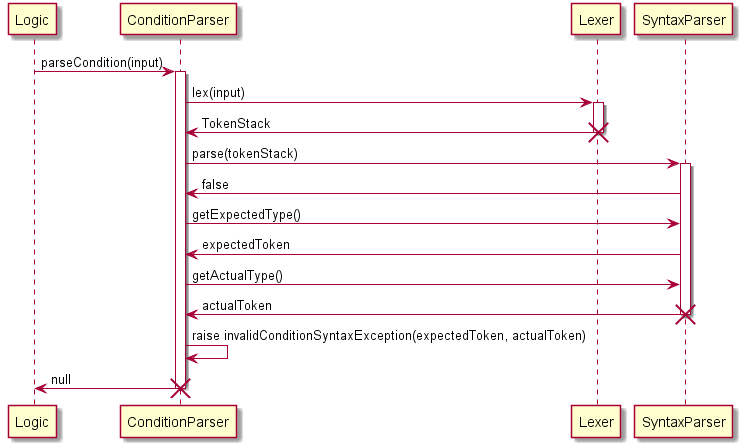
Above: docs/images/failSequence.png in CS2103JAN2018-F09-B3/addressbook-level4 (PlantUML), before the change.
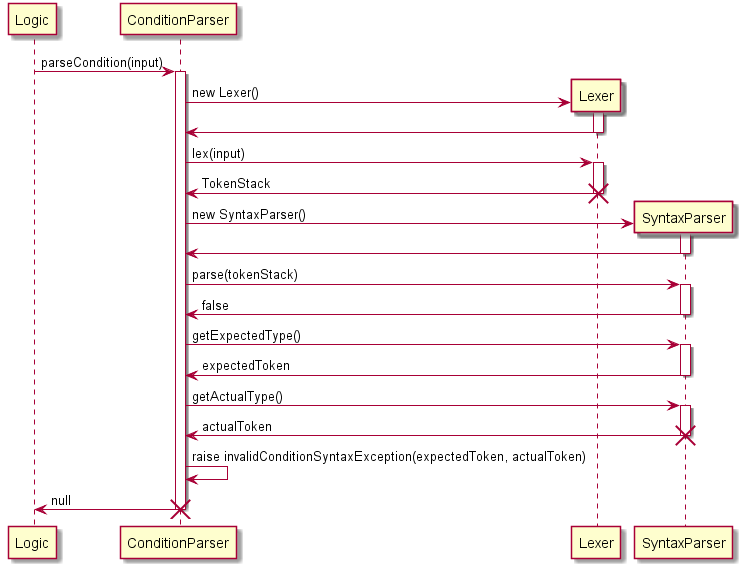
The same file after the commit.

Commit message:
UserGuide.adoc: Fix UML sequence diagrams on ConditionParser

What changed in the source:
```diff
@@ -1,6 +1,12 @@
 @startuml
 Logic -> ConditionParser : parseCondition(input)
 activate ConditionParser
+
+create Lexer
+ConditionParser -> Lexer : new Lexer()
+activate Lexer
+Lexer -> ConditionParser
+deactivate Lexer
 
 ConditionParser -> Lexer : lex(input)
 activate Lexer
@@ -8,16 +14,26 @@
 Lexer -> ConditionParser : TokenStack
 destroy Lexer
 
+create SyntaxParser
+ConditionParser -> SyntaxParser : new SyntaxParser()
+activate SyntaxParser
+SyntaxParser -> ConditionParser
+deactivate SyntaxParser
+
 ConditionParser -> SyntaxParser : parse(tokenStack)
 activate SyntaxParser
 
 SyntaxParser -> ConditionParser : false
+deactivate SyntaxParser
 
 ConditionParser -> SyntaxParser : getExpectedType()
+activate SyntaxParser
 
 SyntaxParser -> ConditionParser : expectedToken
+deactivate SyntaxParser
 
 ConditionParser -> SyntaxParser : getActualType()
+activate SyntaxParser
 
 SyntaxParser -> ConditionParser : actualToken
 destroy SyntaxParser
```
